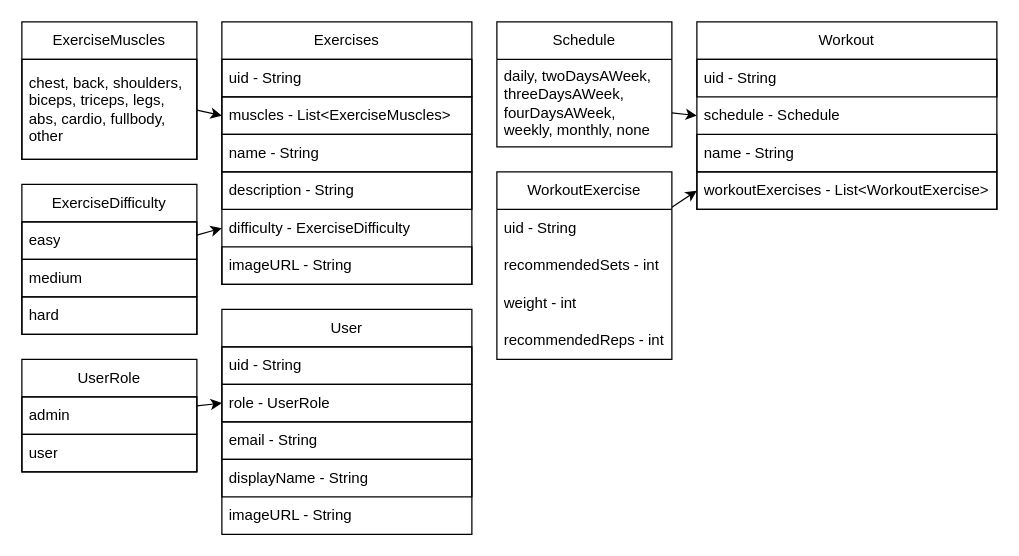
This is page "Modelle" (1 of 2) of documentation/architecture.svg.drawio from Vadime/FitnessApp, a draw.io file, before an edit. Source tidied: cells renumbered, new cells numbered last; positions are measured from the earlier drawing's top-left corner, leaving out a move shared by most shapes. Both pictures are drawn from the tidied source at 125%, with x=0, y=0 at pixel (21, 21).
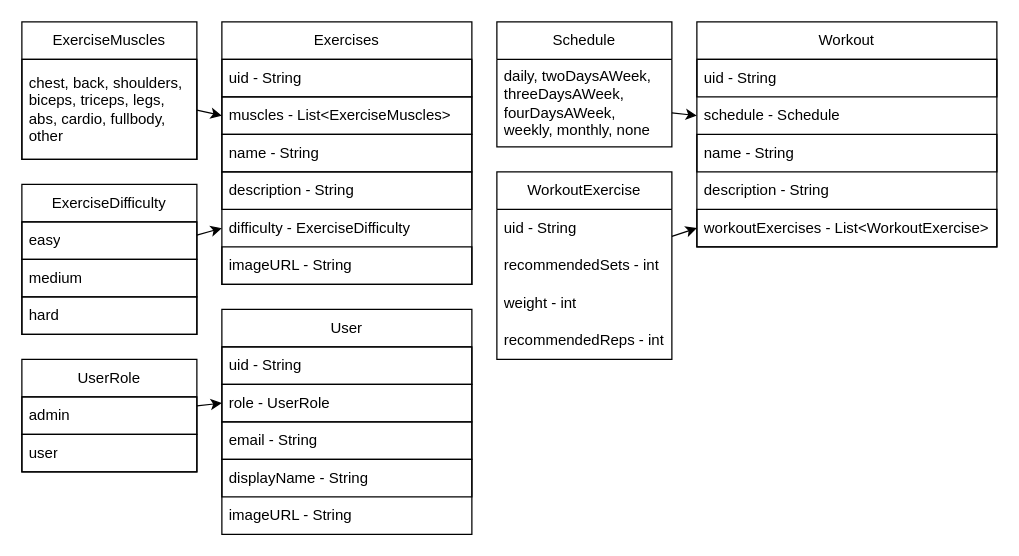
Above is the later version.

The edit, as a diff of the source:
```diff
@@
     <mxCell id="27" value="Workout" style="swimlane;fontStyle=0;horizontal=1;startSize=30;whiteSpace=wrap;html=1;strokeColor=default;" parent="1" vertex="1">
-      <mxGeometry x="540" width="240" height="150" as="geometry" />
+      <mxGeometry x="540" width="240" height="180" as="geometry" />
     </mxCell>
@@
+    <mxCell id="41" value="description - String" style="text;strokeColor=none;fillColor=none;align=left;verticalAlign=middle;spacingLeft=4;spacingRight=4;overflow=hidden;whiteSpace=wrap;html=1;" parent="27" vertex="1">
+      <mxGeometry y="120" width="240" height="30" as="geometry" />
+    </mxCell>
     <mxCell id="31" value="workoutExercises - List&amp;lt;WorkoutExercise&amp;gt;" style="text;strokeColor=default;fillColor=none;align=left;verticalAlign=middle;spacingLeft=4;spacingRight=4;overflow=hidden;points=[[0,0.5],[1,0.5]];portConstraint=eastwest;whiteSpace=wrap;html=1;" parent="27" vertex="1">
-      <mxGeometry y="120" width="240" height="30" as="geometry" />
+      <mxGeometry y="150" width="240" height="30" as="geometry" />
     </mxCell>
```
